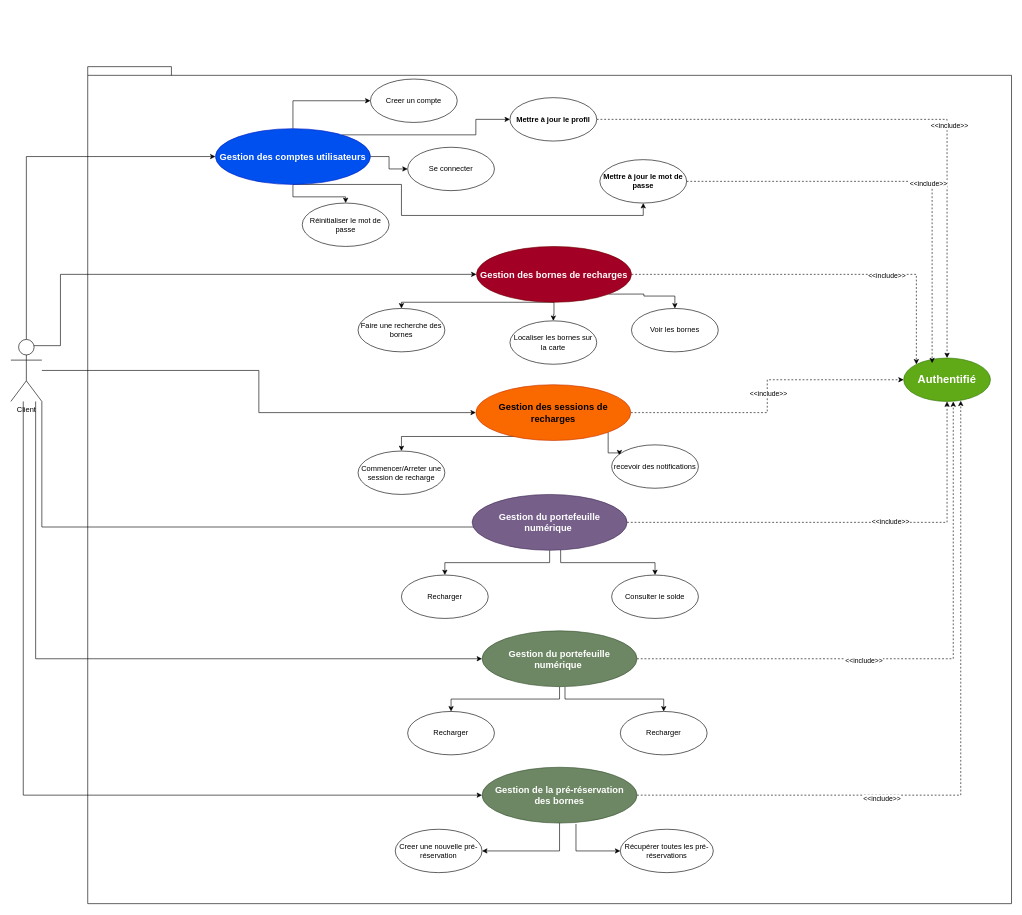
Earlier version of the draw.io diagram use_case_diagram_global.drawio (Hachem198/Parc-Charge). Source tidied: cells renumbered, new cells numbered last; positions are measured from the earlier drawing's top-left corner, leaving out a move shared by most shapes. Both pictures are drawn from the tidied source at 62%, with x=0, y=0 at pixel (11, 66).
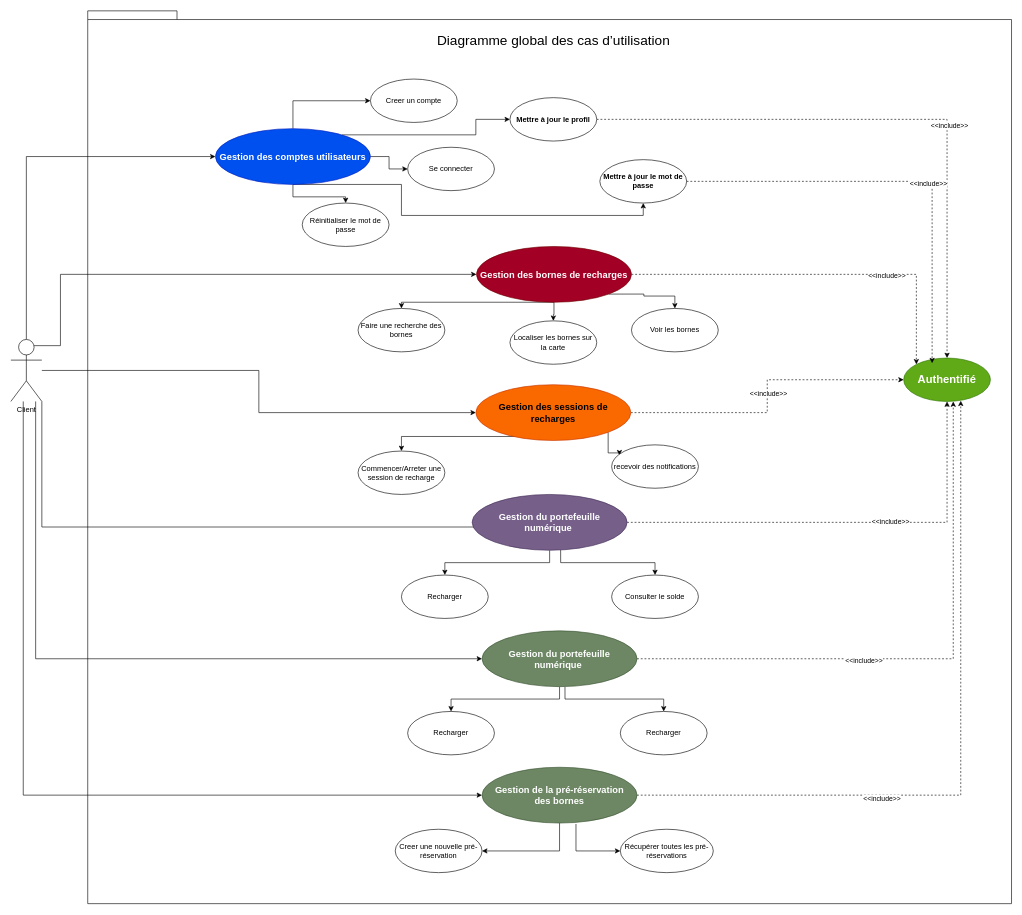
After the change.

Commit message:
added global use case diagram

The edit, as a diff of the source:
```diff
@@
     <mxCell id="2" value="&lt;div&gt;&lt;br&gt;&lt;/div&gt;" style="shape=folder;fontStyle=1;spacingTop=10;tabWidth=40;tabHeight=14;tabPosition=left;html=1;whiteSpace=wrap;" parent="1" vertex="1">
-      <mxGeometry x="124" width="1490" height="1350" as="geometry" />
+      <mxGeometry x="124" y="-90" width="1490" height="1440" as="geometry" />
     </mxCell>
@@
+    <mxCell id="65" value="&lt;font style=&quot;font-size: 22px;&quot;&gt;Diagramme global des cas d’utilisation&lt;/font&gt;" style="text;html=1;whiteSpace=wrap;strokeColor=none;fillColor=none;align=center;verticalAlign=middle;rounded=0;" parent="1" vertex="1">
+      <mxGeometry x="627.5" y="-57" width="495" height="30" as="geometry" />
+    </mxCell>
```
